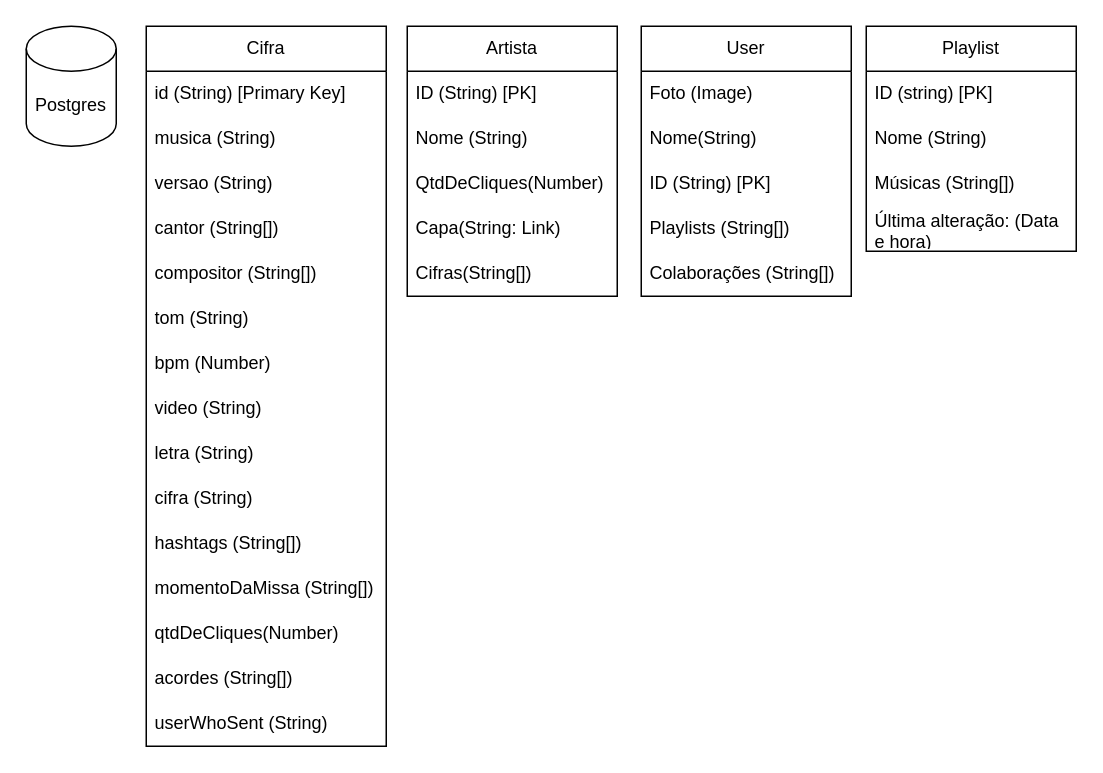
Earlier version of the draw.io diagram MissaCifras.drawio (mauriciomira1/MissaCifras). Source tidied: cells renumbered, new cells numbered last; positions are measured from the earlier drawing's top-left corner, leaving out a move shared by most shapes. Both pictures are drawn from the tidied source at 150%, with x=0, y=0 at pixel (26, 26).
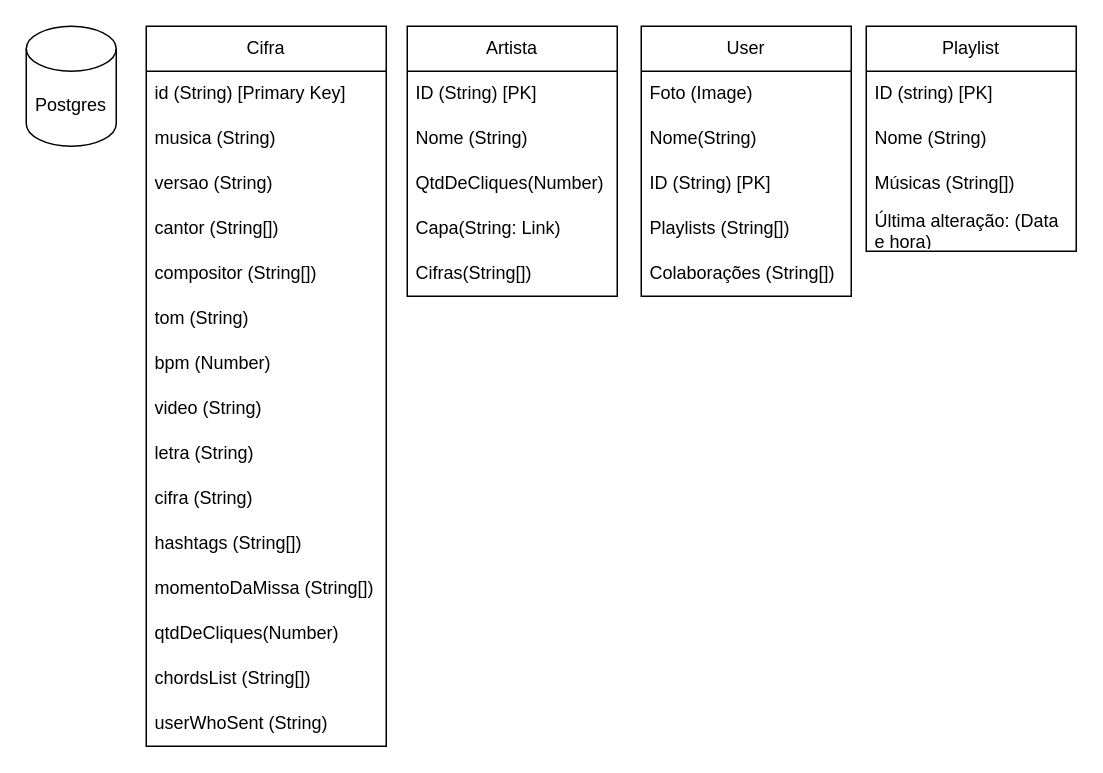
Above is the later version.

The change refers to these unchanged cells:
```xml
<mxCell id="2" value="Cifra" style="swimlane;fontStyle=0;horizontal=1;startSize=30;whiteSpace=wrap;html=1;" parent="1" vertex="1">
  <mxGeometry x="80" width="160" height="480" as="geometry" />
</mxCell>
```

Change to the diagram source:
```diff
@@
-    <mxCell id="16" value="acordes (String[])" style="text;strokeColor=none;fillColor=none;align=left;verticalAlign=middle;spacingLeft=4;spacingRight=4;overflow=hidden;whiteSpace=wrap;html=1;" parent="2" vertex="1">
+    <mxCell id="16" value="chordsList (String[])" style="text;strokeColor=none;fillColor=none;align=left;verticalAlign=middle;spacingLeft=4;spacingRight=4;overflow=hidden;whiteSpace=wrap;html=1;" parent="2" vertex="1">
       <mxGeometry y="420" width="160" height="30" as="geometry" />
     </mxCell>
```
